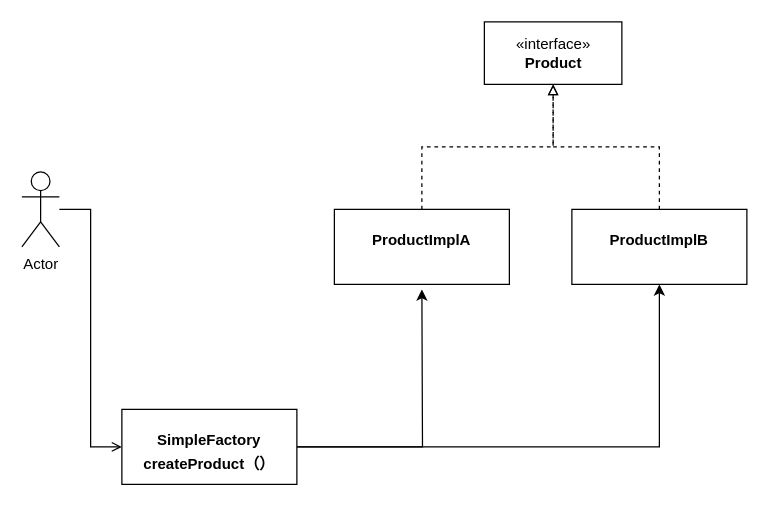
Above: simplefactory.drawio in tanshuanglin/tansony (draw.io), before the change. Source tidied: cells renumbered, new cells numbered last; positions are measured from the earlier drawing's top-left corner, leaving out a move shared by most shapes. Both pictures are drawn from the tidied source at 125%, with x=0, y=0 at pixel (21, 21).
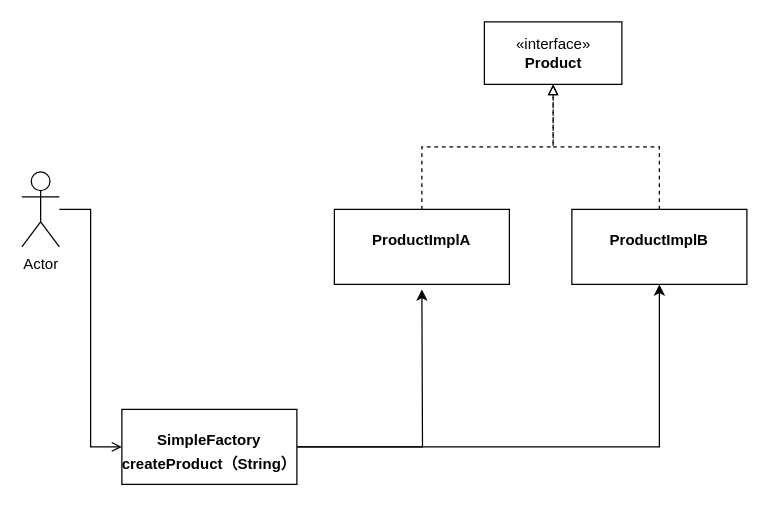
The same page after the edit.

Diff of the diagram source:
```diff
@@
 <mxGraphModel>
   <root>
     <mxCell id="0" />
     <mxCell id="1" parent="0" />
     <mxCell id="2" style="edgeStyle=orthogonalEdgeStyle;rounded=0;jettySize=auto;html=1;entryX=0;entryY=0.5;entryDx=0;entryDy=0;endArrow=open;endFill=0;" parent="1" edge="1" source="3" target="6">
       <mxGeometry relative="1" as="geometry" />
     </mxCell>
     <mxCell id="3" value="Actor" style="shape=umlActor;verticalLabelPosition=bottom;verticalAlign=top;html=1;" parent="1" vertex="1">
       <mxGeometry y="120" width="30" height="60" as="geometry" />
     </mxCell>
     <mxCell id="4" style="edgeStyle=orthogonalEdgeStyle;rounded=0;jettySize=auto;html=1;endArrow=classic;endFill=1;" parent="1" edge="1" source="6">
       <mxGeometry relative="1" as="geometry">
         <mxPoint x="320" y="214" as="targetPoint" />
       </mxGeometry>
     </mxCell>
     <mxCell id="5" style="edgeStyle=orthogonalEdgeStyle;rounded=0;jettySize=auto;html=1;endArrow=classic;endFill=1;" parent="1" edge="1" source="6" target="10">
       <mxGeometry relative="1" as="geometry" />
     </mxCell>
-    <mxCell id="6" value="&lt;p style=&quot;margin: 0px ; margin-top: 4px ; text-align: center&quot;&gt;&lt;br&gt;&lt;b&gt;SimpleFactory&lt;/b&gt;&lt;/p&gt;&lt;p style=&quot;margin: 0px ; margin-top: 4px ; text-align: center&quot;&gt;&lt;b&gt;createProduct（）&lt;/b&gt;&lt;/p&gt;" style="verticalAlign=top;align=left;overflow=fill;fontSize=12;fontFamily=Helvetica;html=1;" parent="1" vertex="1">
+    <mxCell id="6" value="&lt;p style=&quot;margin: 0px ; margin-top: 4px ; text-align: center&quot;&gt;&lt;br&gt;&lt;b&gt;SimpleFactory&lt;/b&gt;&lt;/p&gt;&lt;p style=&quot;margin: 0px ; margin-top: 4px ; text-align: center&quot;&gt;&lt;b&gt;createProduct（String）&lt;/b&gt;&lt;/p&gt;" style="verticalAlign=top;align=left;overflow=fill;fontSize=12;fontFamily=Helvetica;html=1;" parent="1" vertex="1">
       <mxGeometry x="80" y="310" width="140" height="60" as="geometry" />
     </mxCell>
     <mxCell id="7" style="edgeStyle=orthogonalEdgeStyle;rounded=0;jettySize=auto;html=1;exitX=0.5;exitY=0;exitDx=0;exitDy=0;entryX=0.5;entryY=1;entryDx=0;entryDy=0;dashed=1;endArrow=block;endFill=0;" parent="1" edge="1" source="8" target="11">
       <mxGeometry relative="1" as="geometry" />
     </mxCell>
     <mxCell id="8" value="&lt;p style=&quot;margin: 0px ; margin-top: 4px ; text-align: center&quot;&gt;&lt;br&gt;&lt;b&gt;ProductImplA&lt;/b&gt;&lt;/p&gt;" style="verticalAlign=top;align=left;overflow=fill;fontSize=12;fontFamily=Helvetica;html=1;" parent="1" vertex="1">
       <mxGeometry x="250" y="150" width="140" height="60" as="geometry" />
     </mxCell>
     <mxCell id="9" style="edgeStyle=orthogonalEdgeStyle;rounded=0;jettySize=auto;html=1;dashed=1;endArrow=block;endFill=0;" parent="1" edge="1" source="10" target="11">
       <mxGeometry relative="1" as="geometry" />
     </mxCell>
     <mxCell id="10" value="&lt;p style=&quot;margin: 0px ; margin-top: 4px ; text-align: center&quot;&gt;&lt;br&gt;&lt;b&gt;ProductImplB&lt;/b&gt;&lt;/p&gt;" style="verticalAlign=top;align=left;overflow=fill;fontSize=12;fontFamily=Helvetica;html=1;" parent="1" vertex="1">
       <mxGeometry x="440" y="150" width="140" height="60" as="geometry" />
     </mxCell>
     <mxCell id="11" value="«interface»&lt;br&gt;&lt;b&gt;Product&lt;/b&gt;" style="html=1;" parent="1" vertex="1">
       <mxGeometry x="370" width="110" height="50" as="geometry" />
     </mxCell>
   </root>
 </mxGraphModel>
```
